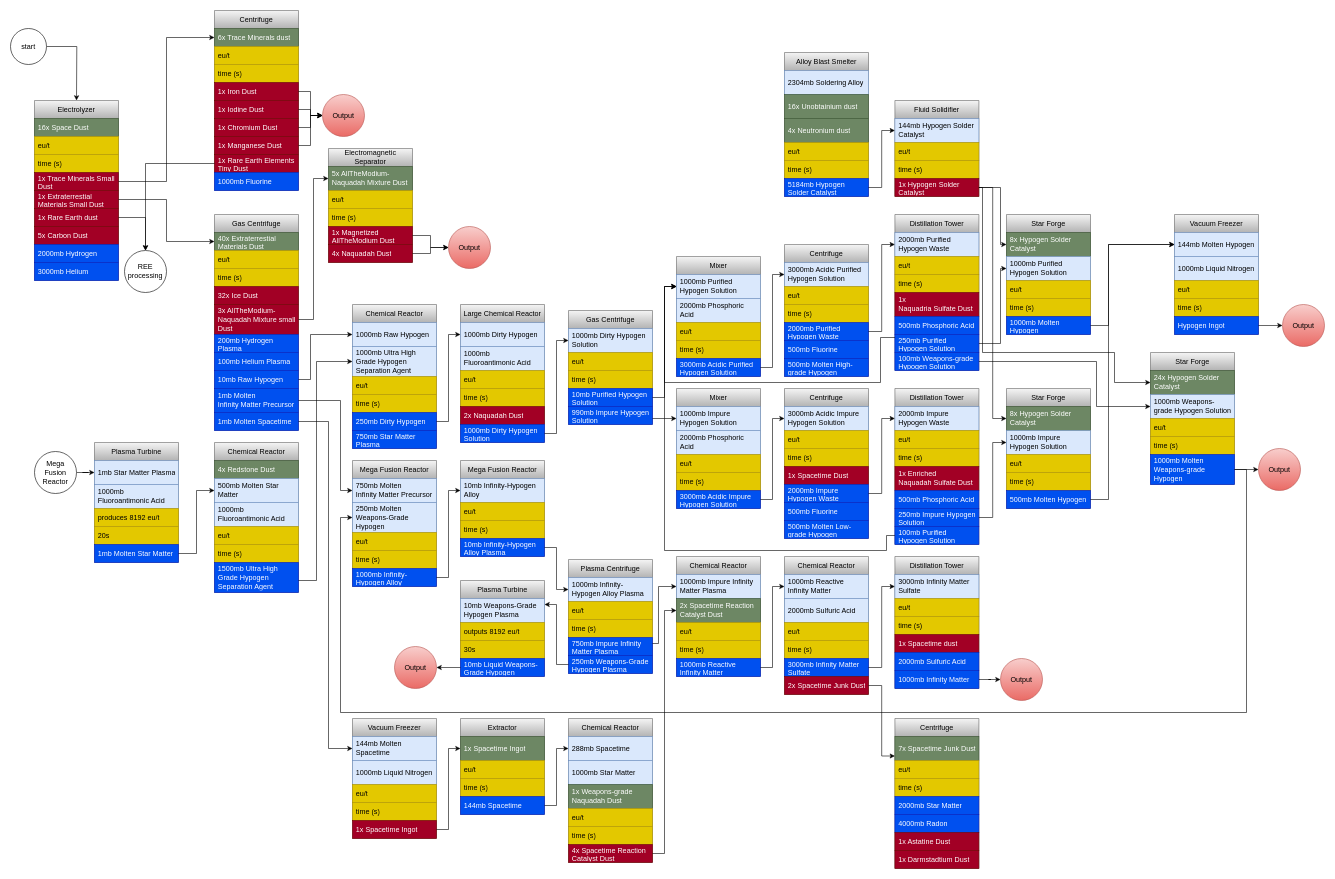
screret/Gravitas2 keeps this draw.io diagram as space_dust.drawio. Above is the earlier version. Source tidied: cells renumbered, new cells numbered last; positions are measured from the earlier drawing's top-left corner, leaving out a move shared by most shapes. Both pictures are drawn from the tidied source at 60%, with x=0, y=0 at pixel (10, 10).
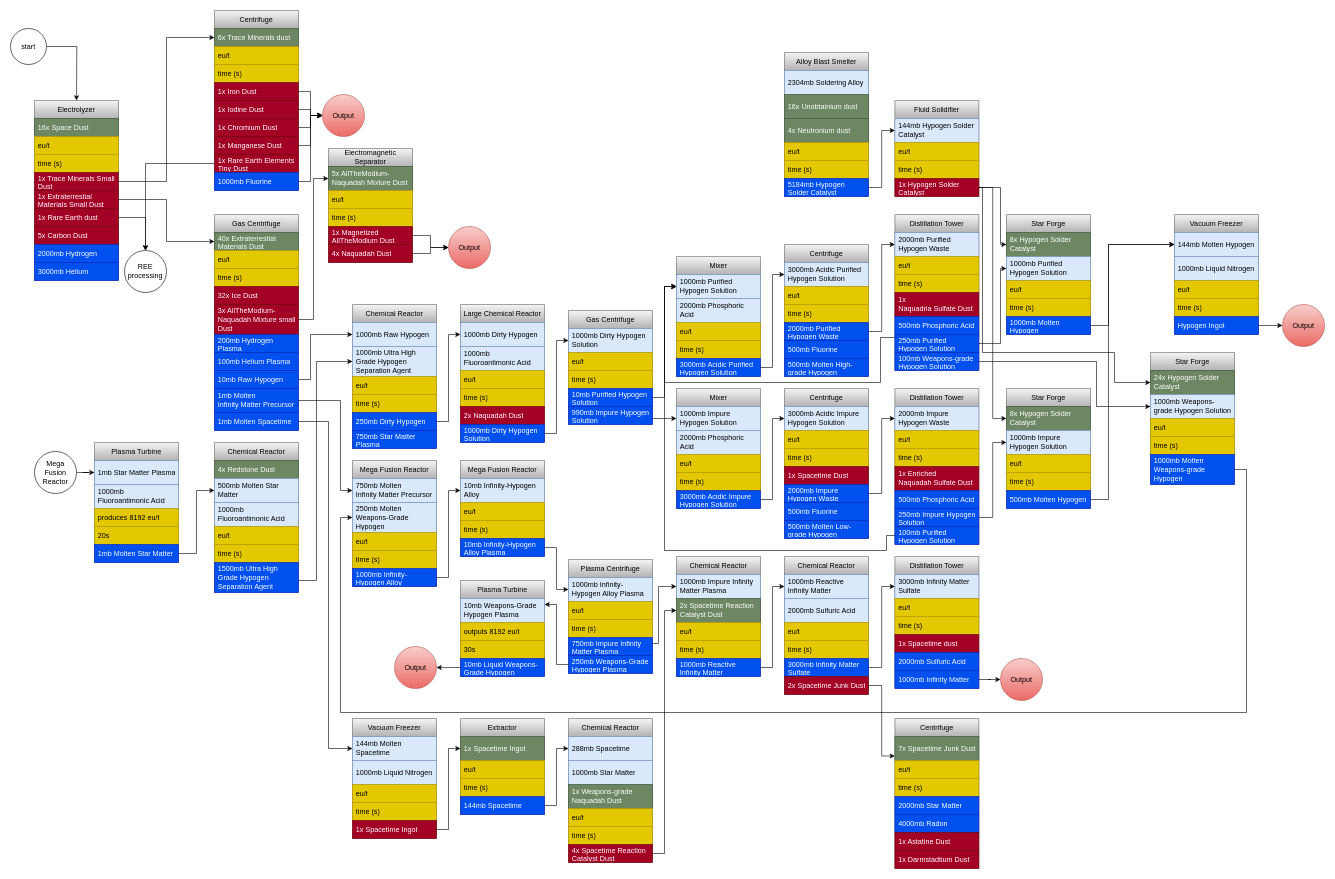
Above is the later version.

The change refers to these unchanged cells:
```xml
<mxCell id="25" value="1000mb Fluorine" style="text;strokeColor=#001DBC;fillColor=#0050ef;align=left;verticalAlign=middle;spacingLeft=4;spacingRight=4;overflow=hidden;points=[[0,0.5],[1,0.5]];portConstraint=eastwest;whiteSpace=wrap;html=1;fontColor=#ffffff;" parent="16" vertex="1">
  <mxGeometry y="270" width="140" height="30" as="geometry" />
</mxCell>
<mxCell id="170" value="1000mb Molten&amp;nbsp; Weapons-grade Hypogen" style="text;strokeColor=#001DBC;fillColor=#0050ef;align=left;verticalAlign=middle;spacingLeft=4;spacingRight=4;overflow=hidden;points=[[0,0.5],[1,0.5]];portConstraint=eastwest;whiteSpace=wrap;html=1;fontColor=#ffffff;" parent="165" vertex="1">
  <mxGeometry y="170" width="140" height="50" as="geometry" />
</mxCell>
<mxCell id="274" value="Output" style="ellipse;whiteSpace=wrap;html=1;fillColor=#f8cecc;strokeColor=#b85450;gradientColor=#ea6b66;" parent="1" vertex="1">
  <mxGeometry x="520" y="140" width="70" height="70" as="geometry" />
</mxCell>
```

Diff of the diagram source:
```diff
@@
-    <mxCell id="267" value="Output" style="ellipse;whiteSpace=wrap;html=1;fillColor=#f8cecc;strokeColor=#b85450;gradientColor=#ea6b66;" parent="1" vertex="1">
-      <mxGeometry x="2080" y="730" width="70" height="70" as="geometry" />
-    </mxCell>
-    <mxCell id="268" style="edgeStyle=orthogonalEdgeStyle;rounded=0;jettySize=auto;html=1;entryX=0;entryY=0.5;entryDx=0;entryDy=0;" parent="1" edge="1" source="170" target="267">
-      <mxGeometry relative="1" as="geometry" />
-    </mxCell>
@@
+    <mxCell id="280" style="edgeStyle=orthogonalEdgeStyle;rounded=0;jettySize=auto;html=1;entryX=0;entryY=0.5;entryDx=0;entryDy=0;" parent="1" edge="1" source="25" target="274">
+      <mxGeometry relative="1" as="geometry" />
+    </mxCell>
```
